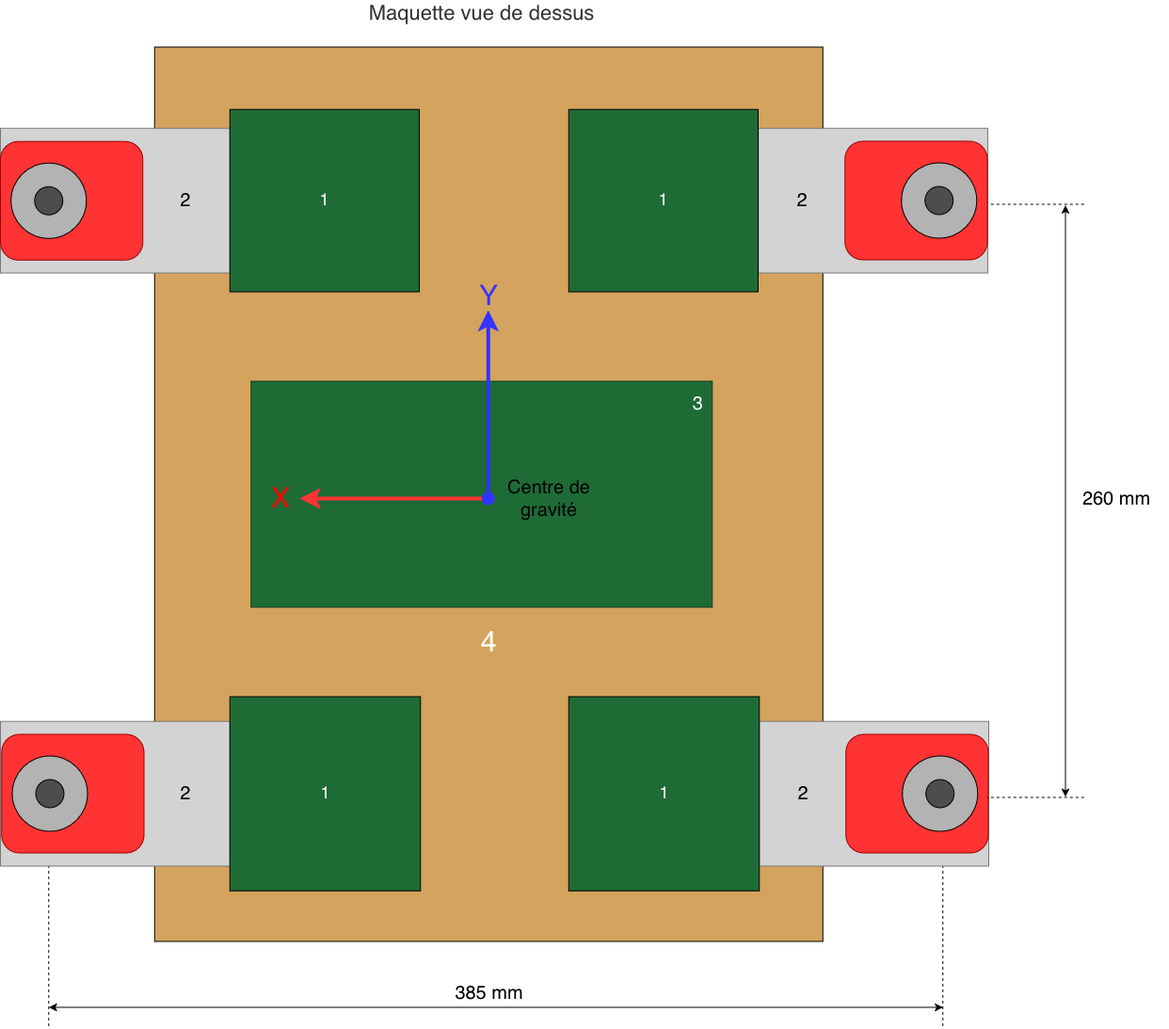
The draw.io diagram assets/content/12-ModifRegulation/RegPos/VueDessus.png in ulucinar-can/template-tb, before a commit. Source tidied: cells renumbered, new cells last; positions are measured from the earlier drawing's top-left corner, leaving out a move shared by most shapes.
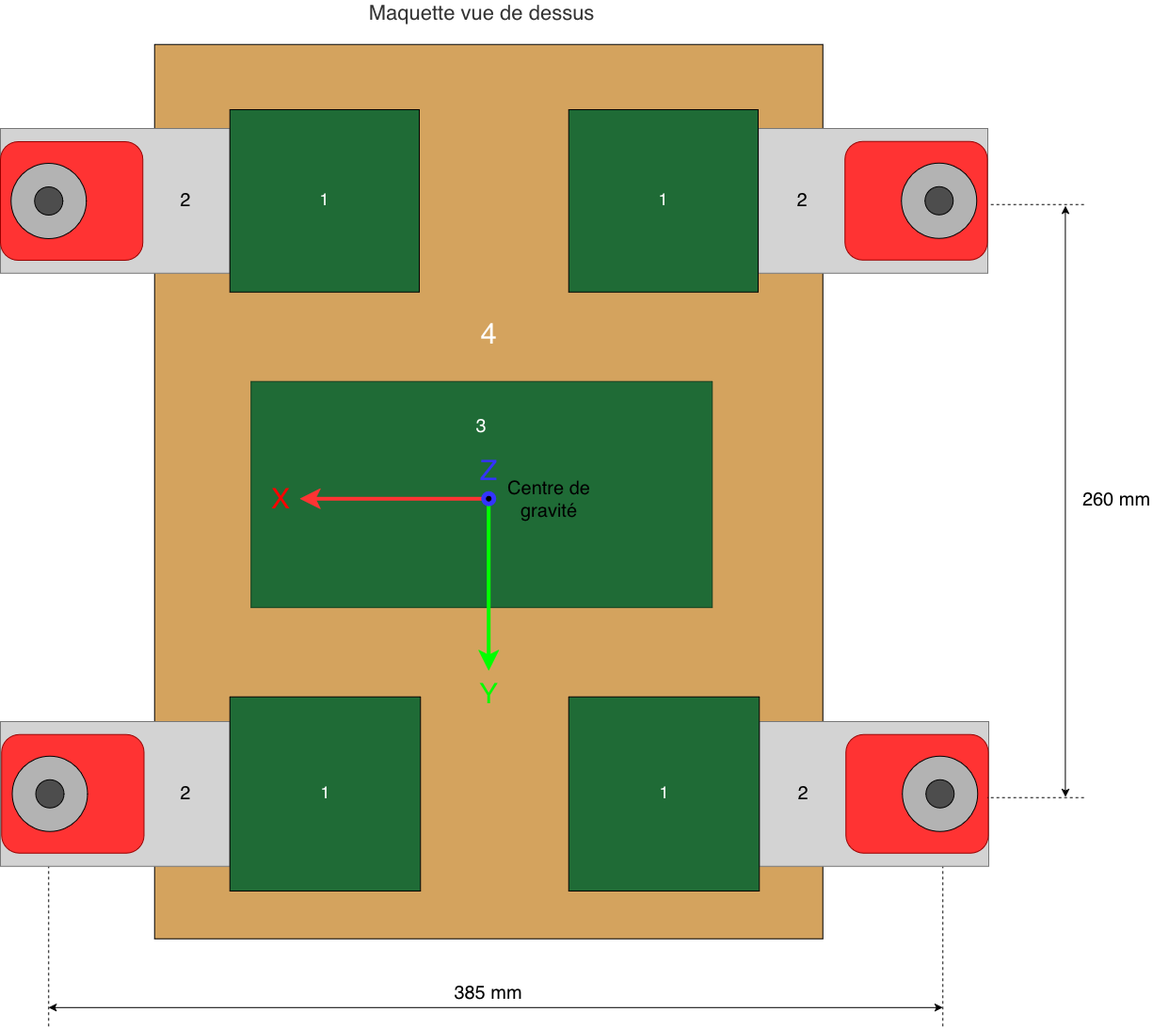
The same diagram one commit later.

Change to the diagram source:
```diff
@@ -20,13 +20,13 @@
         <mxPoint x="51" y="910" as="targetPoint" />
       </mxGeometry>
     </mxCell>
-    <mxCell id="5" value="&lt;div&gt;&lt;br&gt;&lt;/div&gt;&lt;div&gt;&lt;br&gt;&lt;/div&gt;&lt;div&gt;&lt;br&gt;&lt;/div&gt;&lt;div&gt;&lt;br&gt;&lt;/div&gt;&lt;div&gt;&lt;br&gt;&lt;/div&gt;&lt;div&gt;&lt;br&gt;&lt;/div&gt;&lt;div&gt;&lt;br&gt;&lt;/div&gt;&lt;div&gt;&lt;br&gt;&lt;/div&gt;&lt;div&gt;&lt;br&gt;&lt;/div&gt;&lt;div&gt;&lt;br&gt;&lt;/div&gt;&lt;div&gt;&lt;br&gt;&lt;/div&gt;&lt;div&gt;&lt;br&gt;&lt;/div&gt;&lt;div&gt;&lt;br&gt;&lt;/div&gt;&lt;div&gt;&lt;br&gt;&lt;/div&gt;&lt;div&gt;&lt;br&gt;&lt;/div&gt;&lt;div&gt;&lt;br&gt;&lt;/div&gt;&lt;div&gt;&lt;br&gt;&lt;/div&gt;&lt;div&gt;&lt;br&gt;&lt;/div&gt;&lt;div&gt;&lt;br&gt;&lt;/div&gt;&lt;div&gt;&lt;br&gt;&lt;/div&gt;&lt;div&gt;&lt;br&gt;&lt;/div&gt;&lt;div&gt;&lt;br&gt;&lt;/div&gt;&lt;div&gt;&lt;br&gt;&lt;/div&gt;&lt;div&gt;&lt;br&gt;&lt;/div&gt;&lt;div&gt;&lt;br&gt;&lt;/div&gt;&lt;div&gt;&lt;br&gt;&lt;/div&gt;&lt;div&gt;&lt;br&gt;&lt;/div&gt;&lt;div&gt;&lt;br&gt;&lt;/div&gt;&lt;div&gt;&lt;br&gt;&lt;/div&gt;&lt;div&gt;&lt;br&gt;&lt;/div&gt;&lt;div&gt;&lt;br&gt;&lt;/div&gt;&lt;div&gt;&lt;br&gt;&lt;/div&gt;&lt;div&gt;&lt;br&gt;&lt;/div&gt;&lt;div&gt;&lt;br&gt;&lt;/div&gt;&lt;div&gt;&lt;br&gt;&lt;/div&gt;&lt;div&gt;&lt;br&gt;&lt;/div&gt;&lt;div&gt;&lt;br&gt;&lt;/div&gt;&lt;div&gt;&lt;br&gt;&lt;/div&gt;&lt;div&gt;&lt;br&gt;&lt;/div&gt;&lt;div&gt;&lt;br&gt;&lt;/div&gt;&lt;div&gt;&lt;br&gt;&lt;/div&gt;&lt;div&gt;&lt;br&gt;&lt;/div&gt;&lt;div&gt;&lt;br&gt;&lt;/div&gt;&lt;div&gt;&lt;br&gt;&lt;/div&gt;&lt;div&gt;&lt;br&gt;&lt;/div&gt;&lt;div&gt;&lt;br&gt;&lt;/div&gt;&lt;div&gt;&lt;font style=&quot;font-size: 31px; color: rgb(255, 255, 255);&quot;&gt;4&lt;/font&gt;&lt;/div&gt;&lt;div&gt;&lt;br&gt;&lt;/div&gt;&lt;div&gt;&lt;br&gt;&lt;/div&gt;&lt;div&gt;&lt;br&gt;&lt;/div&gt;&lt;div&gt;&lt;br&gt;&lt;/div&gt;&lt;div&gt;&lt;br&gt;&lt;/div&gt;&lt;div&gt;&lt;br&gt;&lt;/div&gt;&lt;div&gt;&lt;br&gt;&lt;/div&gt;&lt;div&gt;&lt;br&gt;&lt;/div&gt;&lt;div&gt;&lt;br&gt;&lt;/div&gt;&lt;div&gt;&lt;br&gt;&lt;/div&gt;&lt;div&gt;&lt;br&gt;&lt;/div&gt;&lt;div&gt;&lt;br&gt;&lt;/div&gt;&lt;div&gt;&lt;br&gt;&lt;/div&gt;&lt;div&gt;&lt;br&gt;&lt;/div&gt;&lt;div&gt;&lt;br&gt;&lt;/div&gt;&lt;div&gt;&lt;br&gt;&lt;/div&gt;&lt;div&gt;&lt;br&gt;&lt;/div&gt;&lt;div&gt;&lt;br&gt;&lt;/div&gt;&lt;div&gt;&lt;br&gt;&lt;/div&gt;&lt;div&gt;&lt;br&gt;&lt;/div&gt;&lt;div&gt;&lt;br&gt;&lt;/div&gt;&lt;div&gt;&lt;br&gt;&lt;/div&gt;&lt;div&gt;&lt;br&gt;&lt;/div&gt;&lt;div&gt;&lt;br&gt;&lt;/div&gt;" style="rounded=0;whiteSpace=wrap;html=1;fillColor=#D4A35E;" parent="1" vertex="1">
-      <mxGeometry x="163.5" y="50" width="710" height="950" as="geometry" />
+    <mxCell id="5" value="&lt;div&gt;&lt;br&gt;&lt;/div&gt;&lt;div&gt;&lt;br&gt;&lt;/div&gt;&lt;div&gt;&lt;br&gt;&lt;/div&gt;&lt;div&gt;&lt;br&gt;&lt;/div&gt;&lt;div&gt;&lt;font style=&quot;font-size: 31px; color: rgb(255, 255, 255);&quot;&gt;4&lt;/font&gt;&lt;/div&gt;&lt;div&gt;&lt;br&gt;&lt;/div&gt;&lt;div&gt;&lt;br&gt;&lt;/div&gt;&lt;div&gt;&lt;br&gt;&lt;/div&gt;&lt;div&gt;&lt;br&gt;&lt;/div&gt;&lt;div&gt;&lt;br&gt;&lt;/div&gt;&lt;div&gt;&lt;br&gt;&lt;/div&gt;&lt;div&gt;&lt;br&gt;&lt;/div&gt;&lt;div&gt;&lt;br&gt;&lt;/div&gt;&lt;div&gt;&lt;br&gt;&lt;/div&gt;&lt;div&gt;&lt;br&gt;&lt;/div&gt;&lt;div&gt;&lt;br&gt;&lt;/div&gt;&lt;div&gt;&lt;br&gt;&lt;/div&gt;&lt;div&gt;&lt;br&gt;&lt;/div&gt;&lt;div&gt;&lt;br&gt;&lt;/div&gt;&lt;div&gt;&lt;br&gt;&lt;/div&gt;&lt;div&gt;&lt;br&gt;&lt;/div&gt;&lt;div&gt;&lt;br&gt;&lt;/div&gt;&lt;div&gt;&lt;br&gt;&lt;/div&gt;&lt;div&gt;&lt;br&gt;&lt;/div&gt;&lt;div&gt;&lt;br&gt;&lt;/div&gt;&lt;div&gt;&lt;br&gt;&lt;/div&gt;&lt;div&gt;&lt;br&gt;&lt;/div&gt;&lt;div&gt;&lt;br&gt;&lt;/div&gt;&lt;div&gt;&lt;br&gt;&lt;/div&gt;&lt;div&gt;&lt;br&gt;&lt;/div&gt;&lt;div&gt;&lt;br&gt;&lt;/div&gt;&lt;div&gt;&lt;br&gt;&lt;/div&gt;" style="rounded=0;whiteSpace=wrap;html=1;fillColor=#D4A35E;" parent="1" vertex="1">
+      <mxGeometry x="163.5" y="47" width="710" height="950" as="geometry" />
     </mxCell>
     <mxCell id="6" value="Maquette vue de dessus" style="text;html=1;align=center;verticalAlign=middle;fontSize=22;fontColor=#333333;" parent="1" vertex="1">
       <mxGeometry x="311" width="400" height="30" as="geometry" />
     </mxCell>
-    <mxCell id="7" value="&lt;div&gt;&amp;nbsp; &amp;nbsp; &amp;nbsp; &amp;nbsp; &amp;nbsp; &amp;nbsp; &amp;nbsp; &amp;nbsp; &amp;nbsp; &amp;nbsp; &amp;nbsp; &amp;nbsp; &amp;nbsp; &amp;nbsp; &amp;nbsp; &amp;nbsp; &amp;nbsp; &amp;nbsp; &amp;nbsp; &amp;nbsp; &amp;nbsp; &amp;nbsp; &amp;nbsp; &amp;nbsp; &amp;nbsp; &amp;nbsp; &amp;nbsp; &amp;nbsp; &amp;nbsp; &amp;nbsp; &amp;nbsp; &amp;nbsp; &amp;nbsp; &amp;nbsp; &amp;nbsp; &amp;nbsp; &amp;nbsp; &amp;nbsp; &amp;nbsp; &amp;nbsp; &amp;nbsp; &amp;nbsp;3&lt;/div&gt;&lt;div&gt;&lt;br&gt;&lt;/div&gt;&lt;div&gt;&lt;br&gt;&lt;/div&gt;&lt;div&gt;&lt;br&gt;&lt;/div&gt;&lt;div&gt;&lt;br&gt;&lt;/div&gt;&lt;div&gt;&lt;br&gt;&lt;/div&gt;&lt;div&gt;&lt;br&gt;&lt;/div&gt;&lt;div&gt;&lt;br&gt;&lt;/div&gt;&lt;div&gt;&lt;br&gt;&lt;/div&gt;" style="rounded=0;whiteSpace=wrap;html=1;fillColor=#1F6B36;strokeColor=#0F3D1E;fontColor=#FFFFFF;fontSize=20;labelPosition=center;verticalLabelPosition=middle;align=center;verticalAlign=middle;" parent="1" vertex="1">
+    <mxCell id="7" value="&lt;div&gt;3&lt;/div&gt;&lt;div&gt;&lt;br&gt;&lt;/div&gt;&lt;div&gt;&lt;br&gt;&lt;/div&gt;&lt;div&gt;&lt;br&gt;&lt;/div&gt;&lt;div&gt;&lt;br&gt;&lt;/div&gt;&lt;div&gt;&lt;br&gt;&lt;/div&gt;&lt;div&gt;&lt;br&gt;&lt;/div&gt;" style="rounded=0;whiteSpace=wrap;html=1;fillColor=#1F6B36;strokeColor=#0F3D1E;fontColor=#FFFFFF;fontSize=20;labelPosition=center;verticalLabelPosition=middle;align=center;verticalAlign=middle;" parent="1" vertex="1">
       <mxGeometry x="266" y="405" width="490" height="240" as="geometry" />
     </mxCell>
     <mxCell id="8" value="&amp;nbsp; &amp;nbsp; &amp;nbsp; &amp;nbsp; &amp;nbsp; &amp;nbsp; &amp;nbsp; &amp;nbsp; &amp;nbsp; &amp;nbsp; &amp;nbsp; &amp;nbsp; &amp;nbsp; &amp;nbsp;2" style="rounded=0;whiteSpace=wrap;html=1;fillColor=#D3D3D3;strokeColor=#777777;fontSize=20;" parent="1" vertex="1">
@@ -113,47 +113,56 @@
     <mxCell id="34" value="&lt;span style=&quot;color: rgb(255, 0, 0);&quot;&gt;X&lt;/span&gt;" style="text;html=1;whiteSpace=wrap;strokeColor=none;fillColor=none;align=center;verticalAlign=middle;rounded=0;fontSize=30;" parent="32" vertex="1">
       <mxGeometry width="60" height="30" as="geometry" />
     </mxCell>
-    <mxCell id="35" style="group;" parent="1" vertex="1">
-      <mxGeometry x="488.5" y="290" width="60" height="240" as="geometry" />
+    <mxCell id="35" style="endArrow=classic;startArrow=classic;html=1;rounded=0;" parent="1" edge="1">
+      <mxGeometry relative="1" as="geometry">
+        <mxPoint x="51" y="1070" as="sourcePoint" />
+        <mxPoint x="1001" y="1070" as="targetPoint" />
+      </mxGeometry>
     </mxCell>
-    <mxCell id="36" style="group;" parent="35" vertex="1">
-      <mxGeometry y="10" width="60" height="230" as="geometry" />
+    <mxCell id="36" value="385 mm" style="text;html=1;whiteSpace=wrap;strokeColor=none;fillColor=none;align=center;verticalAlign=middle;rounded=0;fontSize=20;" parent="1" vertex="1">
+      <mxGeometry x="477.2" y="1040" width="82.5" height="30" as="geometry" />
     </mxCell>
-    <mxCell id="37" style="endArrow=classic;html=1;rounded=0;strokeWidth=4;startArrow=oval;startFill=1;startSize=10;endSize=10;strokeColor=#3333FF;" parent="36" edge="1">
+    <mxCell id="37" style="endArrow=none;dashed=1;html=1;rounded=0;" parent="1" edge="1">
       <mxGeometry relative="1" as="geometry">
-        <mxPoint x="30" y="230" as="sourcePoint" />
-        <mxPoint x="30" y="30" as="targetPoint" />
+        <mxPoint x="1151" y="847" as="sourcePoint" />
+        <mxPoint x="1048.2" y="847" as="targetPoint" />
       </mxGeometry>
     </mxCell>
-    <mxCell id="38" value="Y" style="text;html=1;whiteSpace=wrap;strokeColor=none;fillColor=none;align=center;verticalAlign=middle;rounded=0;fontSize=30;fontColor=#3333FF;" parent="36" vertex="1">
-      <mxGeometry width="60" height="30" as="geometry" />
+    <mxCell id="38" style="endArrow=classic;startArrow=classic;html=1;rounded=0;" parent="1" edge="1">
+      <mxGeometry relative="1" as="geometry">
+        <mxPoint x="1131.2" y="846.4" as="sourcePoint" />
+        <mxPoint x="1131.2" y="218.2" as="targetPoint" />
+      </mxGeometry>
     </mxCell>
-    <mxCell id="39" style="endArrow=classic;startArrow=classic;html=1;rounded=0;" parent="1" edge="1">
-      <mxGeometry relative="1" as="geometry">
-        <mxPoint x="51" y="1070" as="sourcePoint" />
-        <mxPoint x="1001" y="1070" as="targetPoint" />
-      </mxGeometry>
+    <mxCell id="39" value="&lt;div&gt;260 mm&lt;/div&gt;" style="text;html=1;whiteSpace=wrap;strokeColor=none;fillColor=none;align=center;verticalAlign=middle;rounded=0;fontSize=20;" parent="1" vertex="1">
+      <mxGeometry x="1131" y="516" width="110" height="30" as="geometry" />
     </mxCell>
-    <mxCell id="40" value="385 mm" style="text;html=1;whiteSpace=wrap;strokeColor=none;fillColor=none;align=center;verticalAlign=middle;rounded=0;fontSize=20;" parent="1" vertex="1">
-      <mxGeometry x="477.2" y="1040" width="82.5" height="30" as="geometry" />
+    <mxCell id="40" value="Centre de gravité" style="text;html=1;whiteSpace=wrap;strokeColor=none;fillColor=none;align=center;verticalAlign=middle;rounded=0;fontSize=20;" parent="1" vertex="1">
+      <mxGeometry x="518" y="516" width="130" height="30" as="geometry" />
     </mxCell>
-    <mxCell id="41" style="endArrow=none;dashed=1;html=1;rounded=0;" parent="1" edge="1">
-      <mxGeometry relative="1" as="geometry">
-        <mxPoint x="1151" y="847" as="sourcePoint" />
-        <mxPoint x="1048.2" y="847" as="targetPoint" />
-      </mxGeometry>
+    <mxCell id="41" style="group;" parent="1" vertex="1">
+      <mxGeometry x="489" y="493" width="60" height="260" as="geometry" />
     </mxCell>
-    <mxCell id="42" style="endArrow=classic;startArrow=classic;html=1;rounded=0;" parent="1" edge="1">
-      <mxGeometry relative="1" as="geometry">
-        <mxPoint x="1131.2" y="846.4" as="sourcePoint" />
-        <mxPoint x="1131.2" y="218.2" as="targetPoint" />
-      </mxGeometry>
+    <mxCell id="42" style="group;" parent="41" vertex="1">
+      <mxGeometry width="60" height="220" as="geometry" />
     </mxCell>
-    <mxCell id="43" value="&lt;div&gt;260 mm&lt;/div&gt;" style="text;html=1;whiteSpace=wrap;strokeColor=none;fillColor=none;align=center;verticalAlign=middle;rounded=0;fontSize=20;" parent="1" vertex="1">
-      <mxGeometry x="1131" y="516" width="110" height="30" as="geometry" />
+    <mxCell id="43" style="endArrow=oval;html=1;rounded=0;strokeWidth=4;startArrow=classic;startFill=1;startSize=10;endSize=10;strokeColor=#00FF00;endFill=1;" parent="42" edge="1">
+      <mxGeometry relative="1" as="geometry">
+        <mxPoint x="30" y="220" as="sourcePoint" />
+        <mxPoint x="30" y="36.7" as="targetPoint" />
+      </mxGeometry>
     </mxCell>
-    <mxCell id="44" value="Centre de gravité" style="text;html=1;whiteSpace=wrap;strokeColor=none;fillColor=none;align=center;verticalAlign=middle;rounded=0;fontSize=20;" parent="1" vertex="1">
-      <mxGeometry x="518" y="516" width="130" height="30" as="geometry" />
+    <mxCell id="44" value="Y" style="text;html=1;whiteSpace=wrap;strokeColor=none;fillColor=none;align=center;verticalAlign=middle;rounded=0;fontSize=30;fontColor=#00FF00;" parent="41" vertex="1">
+      <mxGeometry y="230" width="60" height="30" as="geometry" />
     </mxCell>
+    <mxCell id="45" style="ellipse;whiteSpace=wrap;html=1;align=center;verticalAlign=top;fontFamily=Helvetica;fontSize=12;fontColor=default;fillColor=#3333FF;gradientColor=none;strokeColor=#3333FF;" parent="1" vertex="1">
+      <mxGeometry x="511" y="522" width="15" height="15" as="geometry" />
+    </mxCell>
+    <mxCell id="46" value="&lt;span style=&quot;color: rgb(51, 51, 255);&quot;&gt;Z&lt;/span&gt;" style="text;html=1;whiteSpace=wrap;strokeColor=none;fillColor=none;align=center;verticalAlign=middle;rounded=0;fontSize=30;" parent="1" vertex="1">
+      <mxGeometry x="489" y="486" width="60" height="30" as="geometry" />
+    </mxCell>
+    <mxCell id="47" style="ellipse;whiteSpace=wrap;html=1;align=center;verticalAlign=top;fontFamily=Helvetica;fontSize=12;fontColor=default;fillColor=#000000;gradientColor=none;" parent="1" vertex="1">
+      <mxGeometry x="516" y="527" width="5" height="5" as="geometry" />
+    </mxCell>
   </root>
 </mxGraphModel>
```
